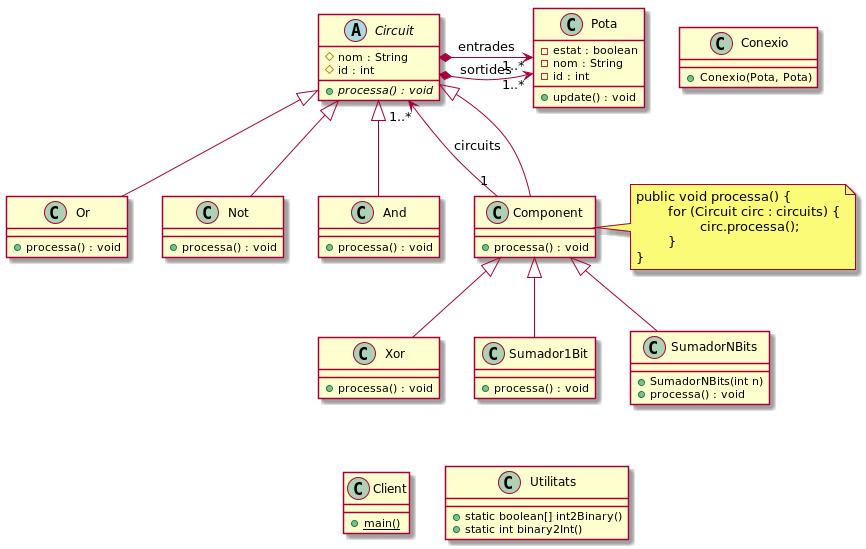
Earlier version of the PlantUML export model.png (disseny-de-software/cad_circuits).
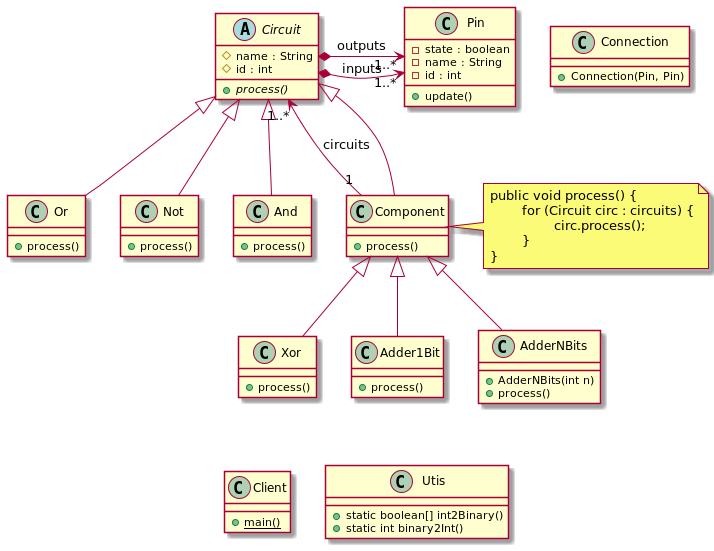
After the change.

What changed in the source:
```diff
@@ -1,25 +1,25 @@
 @startuml
 
 abstract class Circuit {
-# nom : String
+# name : String
 # id : int
-+ {abstract} processa() : void
++ {abstract} process()
 }
 
 class Component {
-+ processa() : void
++ process()
 }
 
 class And {
-+ processa() : void
++ process()
 }
 
 class Or {
-+ processa() : void
++ process()
 }
 
 class Not {
-+ processa() : void
++ process()
 }
 
 Circuit <|-down- And
@@ -34,43 +34,43 @@
 Component "1" -left-> "1..*" Circuit : circuits
 
 note right of Component
-	public void processa() {
+	public void process() {
 		for (Circuit circ : circuits) {
-			circ.processa();
+			circ.process();
 		}
 	}
 end note
 
-class Pota {
-- estat : boolean
-- nom : String
+class Pin {
+- state : boolean
+- name : String
 - id : int
-+ update() : void
++ update()
 }
 
-Circuit *-left> "1..*" Pota : entrades
-Circuit *-> "1..*" Pota : sortides
+Circuit *-left> "1..*" Pin : inputs
+Circuit *-> "1..*" Pin : outputs
 
-class Conexio {
-+ Conexio(Pota, Pota)
+class Connection {
++ Connection(Pin, Pin)
 }
 
 class Xor {
-+ processa() : void
++ process()
 }
 
-class Sumador1Bit {
-+ processa() : void
+class Adder1Bit {
++ process()
 }
 
-class SumadorNBits {
-+ SumadorNBits(int n)
-+ processa() : void
+class AdderNBits {
++ AdderNBits(int n)
++ process()
 }
 
 Component <|-down- Xor
-Component <|-down- Sumador1Bit
-Component <|-down- SumadorNBits
+Component <|-down- Adder1Bit
+Component <|-down- AdderNBits
 
 class Client {
 + {static} main()
@@ -78,14 +78,14 @@
 
 Client -[hidden]up-> Xor
 
-class Utilitats {
+class Utis {
 + static boolean[] int2Binary()
 + static int binary2Int()
 }
 
-Xor -[hidden]right-> Sumador1Bit
-Sumador1Bit -[hidden]right-> SumadorNBits
-Utilitats -[hidden]up-> Sumador1Bit
+Xor -[hidden]right-> Adder1Bit
+Adder1Bit -[hidden]right-> AdderNBits
+Utis -[hidden]up-> Adder1Bit
 
 
 @enduml
```
